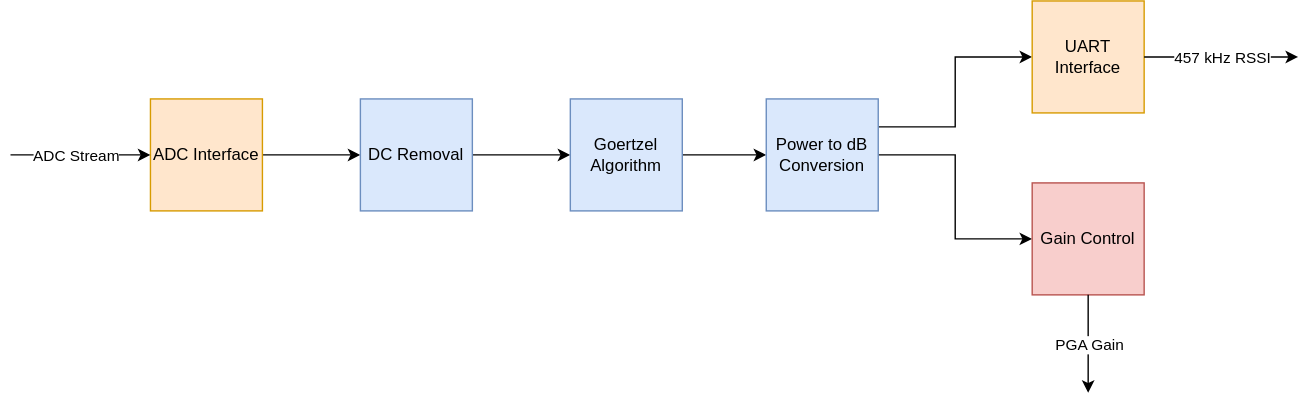
Avy-Dawgs/system-definition keeps this draw.io diagram as diagrams/receiver-firmware.drawio.svg. Above is the earlier version. Source tidied: cells renumbered, new cells last; positions are measured from the earlier drawing's top-left corner, leaving out a move shared by most shapes.
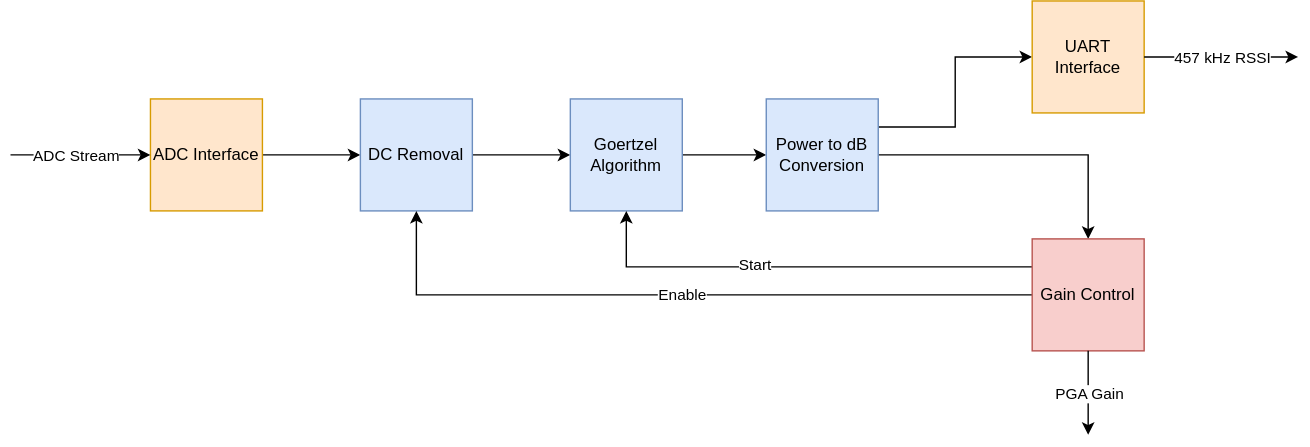
After the commit.

Commit message:
touch up diagrams

Diff of the diagram source:
```diff
@@ -29,8 +29,17 @@
     <mxCell id="10" value="Power to dB Conversion" style="whiteSpace=wrap;html=1;fillColor=#dae8fc;strokeColor=#6c8ebf;" parent="1" vertex="1">
       <mxGeometry x="540" y="70" width="80" height="80" as="geometry" />
     </mxCell>
+    <mxCell id="20" style="edgeStyle=orthogonalEdgeStyle;rounded=0;jettySize=auto;html=1;exitX=0;exitY=0.25;exitDx=0;exitDy=0;entryX=0.5;entryY=1;entryDx=0;entryDy=0;" parent="1" edge="1" source="11" target="7">
+      <mxGeometry relative="1" as="geometry" />
+    </mxCell>
+    <mxCell id="21" value="Start" style="edgeLabel;html=1;align=center;verticalAlign=middle;" parent="20" vertex="1">
+      <mxGeometry x="0.21" y="-2" relative="1" as="geometry" />
+    </mxCell>
+    <mxCell id="22" value="Enable" style="edgeStyle=orthogonalEdgeStyle;rounded=0;jettySize=auto;html=1;exitX=0;exitY=0.5;exitDx=0;exitDy=0;entryX=0.5;entryY=1;entryDx=0;entryDy=0;" parent="1" edge="1" source="11" target="5">
+      <mxGeometry relative="1" as="geometry" />
+    </mxCell>
     <mxCell id="11" value="Gain Control" style="whiteSpace=wrap;html=1;fillColor=#f8cecc;strokeColor=#b85450;" parent="1" vertex="1">
-      <mxGeometry x="730" y="130" width="80" height="80" as="geometry" />
+      <mxGeometry x="730" y="170" width="80" height="80" as="geometry" />
     </mxCell>
     <mxCell id="12" style="endArrow=classic;html=1;rounded=0;" parent="1" edge="1">
       <mxGeometry relative="1" as="geometry">
@@ -58,7 +67,7 @@
     </mxCell>
     <mxCell id="18" style="endArrow=classic;html=1;rounded=0;exitX=0.5;exitY=1;exitDx=0;exitDy=0;" parent="1" edge="1" source="11">
       <mxGeometry relative="1" as="geometry">
-        <mxPoint x="770" y="280" as="targetPoint" />
+        <mxPoint x="770" y="310" as="targetPoint" />
       </mxGeometry>
     </mxCell>
     <mxCell id="19" value="PGA Gain" style="edgeLabel;html=1;align=center;verticalAlign=middle;" parent="18" vertex="1">
```
